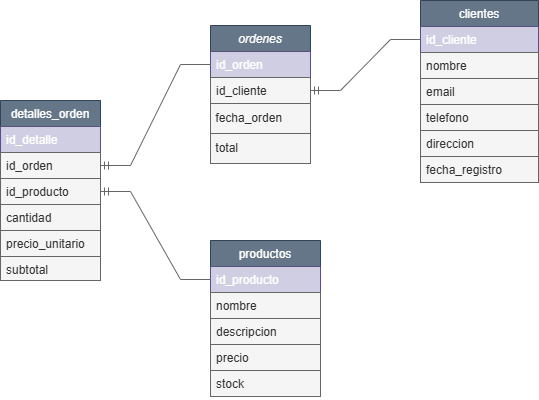
Before: notebooks/Diagrama-Entidad-Relacion.drawio.png, a diagram exported from draw.io (AndresJbG/gd-test-bigdata). Source tidied: cells renumbered, new cells last; positions are measured from the earlier drawing's top-left corner, leaving out a move shared by most shapes.
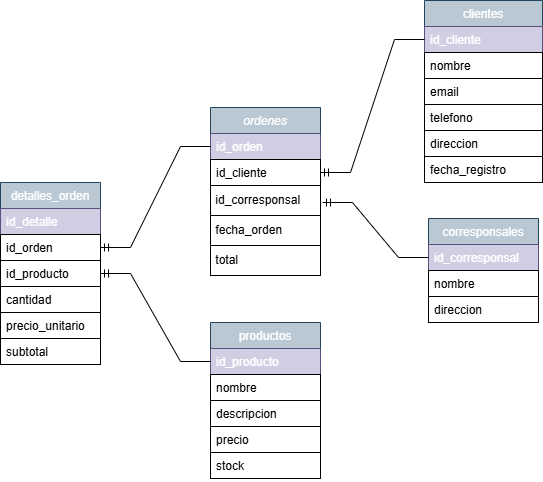
The same diagram one commit later.

Commit message:
Edicion del ejercicio 1 y el diagrama entidad relacion con los nuevos datos

Change to the diagram source:
```diff
@@ -2,89 +2,107 @@
   <root>
     <mxCell id="0" />
     <mxCell id="1" parent="0" />
-    <mxCell id="2" value="ordenes" style="swimlane;fontStyle=2;align=center;verticalAlign=top;horizontal=1;startSize=26;rounded=0;shadow=0;strokeWidth=1;strokeColor=#314354;fontColor=#ffffff;fillColor=#647687;" parent="1" vertex="1">
-      <mxGeometry x="210" y="25" width="100" height="138" as="geometry" />
+    <mxCell id="2" value="ordenes" style="swimlane;fontStyle=2;align=center;verticalAlign=top;horizontal=1;startSize=26;rounded=0;shadow=0;strokeWidth=1;strokeColor=#23445d;fillColor=#bac8d3;" parent="1" vertex="1">
+      <mxGeometry x="210" y="25" width="110" height="168" as="geometry" />
     </mxCell>
     <mxCell id="3" value="id_orden" style="text;align=left;verticalAlign=top;spacingLeft=4;spacingRight=4;overflow=hidden;points=[[0,0.5],[1,0.5]];portConstraint=eastwest;strokeColor=#56517e;fillColor=#d0cee2;" parent="2" vertex="1">
-      <mxGeometry y="26" width="100" height="26" as="geometry" />
+      <mxGeometry y="26" width="110" height="26" as="geometry" />
     </mxCell>
-    <mxCell id="4" value="id_cliente&#10;" style="text;align=left;verticalAlign=top;spacingLeft=4;spacingRight=4;overflow=hidden;points=[[0,0.5],[1,0.5]];portConstraint=eastwest;strokeColor=#666666;fontColor=#333333;fillColor=#f5f5f5;" parent="2" vertex="1">
-      <mxGeometry y="52" width="100" height="26" as="geometry" />
+    <mxCell id="4" value="id_cliente&#10;" style="text;align=left;verticalAlign=top;spacingLeft=4;spacingRight=4;overflow=hidden;points=[[0,0.5],[1,0.5]];portConstraint=eastwest;strokeColor=#000000;fontColor=#000000;" parent="2" vertex="1">
+      <mxGeometry y="52" width="110" height="26" as="geometry" />
     </mxCell>
-    <mxCell id="5" value="&amp;nbsp;fecha_orden" style="text;html=1;align=left;verticalAlign=middle;points=[];strokeColor=#666666;fontColor=#333333;fillColor=#f5f5f5;" parent="2" vertex="1">
-      <mxGeometry y="78" width="100" height="30" as="geometry" />
+    <mxCell id="5" value="&amp;nbsp;id_corresponsal" style="text;html=1;align=left;verticalAlign=middle;points=[];strokeColor=#000000;fillColor=none;fontColor=#000000;" parent="2" vertex="1">
+      <mxGeometry y="78" width="110" height="30" as="geometry" />
     </mxCell>
-    <mxCell id="6" value="&amp;nbsp;total" style="text;html=1;align=left;verticalAlign=middle;strokeColor=#666666;fontColor=#333333;fillColor=#f5f5f5;" parent="2" vertex="1">
-      <mxGeometry y="108" width="100" height="30" as="geometry" />
+    <mxCell id="6" value="&amp;nbsp;fecha_orden" style="text;html=1;align=left;verticalAlign=middle;strokeColor=#000000;fillColor=none;fontColor=#000000;" parent="2" vertex="1">
+      <mxGeometry y="108" width="110" height="30" as="geometry" />
     </mxCell>
+    <mxCell id="30" value="&amp;nbsp;total" style="text;html=1;align=left;verticalAlign=middle;strokeColor=#000000;fillColor=none;fontColor=#000000;" parent="2" vertex="1">
+      <mxGeometry y="138" width="110" height="30" as="geometry" />
+    </mxCell>
-    <mxCell id="7" value="detalles_orden" style="swimlane;fontStyle=0;align=center;verticalAlign=top;horizontal=1;startSize=26;rounded=0;shadow=0;strokeWidth=1;strokeColor=#314354;fontColor=#ffffff;fillColor=#647687;" parent="1" vertex="1">
-      <mxGeometry y="100" width="100" height="180" as="geometry" />
+    <mxCell id="7" value="detalles_orden" style="swimlane;fontStyle=0;align=center;verticalAlign=top;horizontal=1;startSize=26;rounded=0;shadow=0;strokeWidth=1;strokeColor=#23445d;fillColor=#bac8d3;" parent="1" vertex="1">
+      <mxGeometry y="100" width="100" height="182" as="geometry" />
     </mxCell>
-    <mxCell id="8" value="id_detalle" style="text;align=left;verticalAlign=top;spacingLeft=4;spacingRight=4;overflow=hidden;fillColor=#d0cee2;strokeColor=#56517e;fontColor=default;" parent="7" vertex="1">
+    <mxCell id="8" value="id_detalle" style="text;align=left;verticalAlign=top;spacingLeft=4;spacingRight=4;overflow=hidden;strokeColor=#56517e;fillColor=#d0cee2;" parent="7" vertex="1">
       <mxGeometry y="26" width="100" height="26" as="geometry" />
     </mxCell>
-    <mxCell id="9" value="id_orden" style="text;align=left;verticalAlign=top;spacingLeft=4;spacingRight=4;overflow=hidden;points=[[0,0.5],[1,0.5]];portConstraint=eastwest;strokeColor=#666666;fontColor=#333333;fillColor=#f5f5f5;" parent="7" vertex="1">
+    <mxCell id="9" value="id_orden" style="text;align=left;verticalAlign=top;spacingLeft=4;spacingRight=4;overflow=hidden;points=[[0,0.5],[1,0.5]];portConstraint=eastwest;strokeColor=#000000;fontColor=#000000;" parent="7" vertex="1">
       <mxGeometry y="52" width="100" height="26" as="geometry" />
     </mxCell>
-    <mxCell id="10" value="id_producto" style="text;align=left;verticalAlign=top;spacingLeft=4;spacingRight=4;overflow=hidden;points=[[0,0.5],[1,0.5]];portConstraint=eastwest;strokeColor=#666666;fontColor=#333333;fillColor=#f5f5f5;" parent="7" vertex="1">
+    <mxCell id="10" value="id_producto" style="text;align=left;verticalAlign=top;spacingLeft=4;spacingRight=4;overflow=hidden;points=[[0,0.5],[1,0.5]];portConstraint=eastwest;strokeColor=#000000;fontColor=#000000;" parent="7" vertex="1">
       <mxGeometry y="78" width="100" height="26" as="geometry" />
     </mxCell>
-    <mxCell id="11" value="cantidad" style="text;align=left;verticalAlign=top;spacingLeft=4;spacingRight=4;overflow=hidden;strokeColor=#666666;fontColor=#333333;fillColor=#f5f5f5;" parent="7" vertex="1">
+    <mxCell id="11" value="cantidad" style="text;align=left;verticalAlign=top;spacingLeft=4;spacingRight=4;overflow=hidden;strokeColor=#000000;fontColor=#000000;" parent="7" vertex="1">
       <mxGeometry y="104" width="100" height="26" as="geometry" />
     </mxCell>
-    <mxCell id="12" value="precio_unitario" style="text;align=left;verticalAlign=top;spacingLeft=4;spacingRight=4;overflow=hidden;strokeColor=#666666;fontColor=#333333;fillColor=#f5f5f5;" parent="7" vertex="1">
+    <mxCell id="12" value="precio_unitario" style="text;align=left;verticalAlign=top;spacingLeft=4;spacingRight=4;overflow=hidden;strokeColor=#000000;fontColor=#000000;" parent="7" vertex="1">
       <mxGeometry y="130" width="100" height="26" as="geometry" />
     </mxCell>
-    <mxCell id="13" value="subtotal" style="text;align=left;verticalAlign=top;spacingLeft=4;spacingRight=4;overflow=hidden;strokeColor=#666666;fontColor=#333333;fillColor=#f5f5f5;" parent="7" vertex="1">
-      <mxGeometry y="156" width="100" height="24" as="geometry" />
+    <mxCell id="13" value="subtotal" style="text;align=left;verticalAlign=top;spacingLeft=4;spacingRight=4;overflow=hidden;strokeColor=#000000;fontColor=#000000;" parent="7" vertex="1">
+      <mxGeometry y="156" width="100" height="26" as="geometry" />
     </mxCell>
-    <mxCell id="14" value="productos" style="swimlane;fontStyle=0;align=center;verticalAlign=top;horizontal=1;startSize=26;rounded=0;shadow=0;strokeWidth=1;strokeColor=#314354;fontColor=#ffffff;fillColor=#647687;" parent="1" vertex="1">
+    <mxCell id="14" value="productos" style="swimlane;fontStyle=0;align=center;verticalAlign=top;horizontal=1;startSize=26;rounded=0;shadow=0;strokeWidth=1;strokeColor=#23445d;fillColor=#bac8d3;" parent="1" vertex="1">
       <mxGeometry x="210" y="240" width="110" height="156" as="geometry" />
     </mxCell>
     <mxCell id="15" value="id_producto" style="text;align=left;verticalAlign=top;spacingLeft=4;spacingRight=4;overflow=hidden;points=[[0,0.5],[1,0.5]];portConstraint=eastwest;strokeColor=#56517e;fillColor=#d0cee2;" parent="14" vertex="1">
       <mxGeometry y="26" width="110" height="26" as="geometry" />
     </mxCell>
-    <mxCell id="16" value="nombre" style="text;align=left;verticalAlign=top;spacingLeft=4;spacingRight=4;overflow=hidden;strokeColor=#666666;fontColor=#333333;fillColor=#f5f5f5;" parent="14" vertex="1">
+    <mxCell id="16" value="nombre" style="text;align=left;verticalAlign=top;spacingLeft=4;spacingRight=4;overflow=hidden;strokeColor=#000000;fontColor=#000000;" parent="14" vertex="1">
       <mxGeometry y="52" width="110" height="26" as="geometry" />
     </mxCell>
-    <mxCell id="17" value="descripcion" style="text;align=left;verticalAlign=top;spacingLeft=4;spacingRight=4;overflow=hidden;strokeColor=#666666;fontColor=#333333;fillColor=#f5f5f5;" parent="14" vertex="1">
+    <mxCell id="17" value="descripcion" style="text;align=left;verticalAlign=top;spacingLeft=4;spacingRight=4;overflow=hidden;strokeColor=#000000;fontColor=#000000;" parent="14" vertex="1">
       <mxGeometry y="78" width="110" height="26" as="geometry" />
     </mxCell>
-    <mxCell id="18" value="precio" style="text;align=left;verticalAlign=top;spacingLeft=4;spacingRight=4;overflow=hidden;strokeColor=#666666;fontColor=#333333;fillColor=#f5f5f5;" parent="14" vertex="1">
+    <mxCell id="18" value="precio" style="text;align=left;verticalAlign=top;spacingLeft=4;spacingRight=4;overflow=hidden;strokeColor=#000000;fontColor=#000000;" parent="14" vertex="1">
       <mxGeometry y="104" width="110" height="26" as="geometry" />
     </mxCell>
-    <mxCell id="19" value="stock" style="text;align=left;verticalAlign=top;spacingLeft=4;spacingRight=4;overflow=hidden;strokeColor=#666666;fontColor=#333333;fillColor=#f5f5f5;" parent="14" vertex="1">
+    <mxCell id="19" value="stock" style="text;align=left;verticalAlign=top;spacingLeft=4;spacingRight=4;overflow=hidden;strokeColor=#000000;fontColor=#000000;" parent="14" vertex="1">
       <mxGeometry y="130" width="110" height="26" as="geometry" />
     </mxCell>
-    <mxCell id="20" value="clientes" style="swimlane;fontStyle=0;align=center;verticalAlign=top;horizontal=1;startSize=26;rounded=0;shadow=0;strokeWidth=1;strokeColor=#314354;fontColor=#ffffff;fillColor=#647687;" parent="1" vertex="1">
-      <mxGeometry x="420" width="118" height="182" as="geometry" />
+    <mxCell id="20" value="clientes" style="swimlane;fontStyle=0;align=center;verticalAlign=top;horizontal=1;startSize=26;rounded=0;shadow=0;strokeWidth=1;strokeColor=#23445d;fillColor=#bac8d3;" parent="1" vertex="1">
+      <mxGeometry x="424" y="-82" width="118" height="182" as="geometry" />
     </mxCell>
     <mxCell id="21" value="id_cliente" style="text;align=left;verticalAlign=top;spacingLeft=4;spacingRight=4;overflow=hidden;points=[[0,0.5],[1,0.5]];portConstraint=eastwest;strokeColor=#56517e;fillColor=#d0cee2;" parent="20" vertex="1">
       <mxGeometry y="26" width="118" height="26" as="geometry" />
     </mxCell>
-    <mxCell id="22" value="nombre" style="text;align=left;verticalAlign=top;spacingLeft=4;spacingRight=4;overflow=hidden;strokeColor=#666666;fontColor=#333333;fillColor=#f5f5f5;" parent="20" vertex="1">
+    <mxCell id="22" value="nombre" style="text;align=left;verticalAlign=top;spacingLeft=4;spacingRight=4;overflow=hidden;strokeColor=#000000;fontColor=#000000;" parent="20" vertex="1">
       <mxGeometry y="52" width="118" height="26" as="geometry" />
     </mxCell>
-    <mxCell id="23" value="email" style="text;align=left;verticalAlign=top;spacingLeft=4;spacingRight=4;overflow=hidden;strokeColor=#666666;fontColor=#333333;fillColor=#f5f5f5;" parent="20" vertex="1">
+    <mxCell id="23" value="email" style="text;align=left;verticalAlign=top;spacingLeft=4;spacingRight=4;overflow=hidden;strokeColor=#000000;fontColor=#000000;" parent="20" vertex="1">
       <mxGeometry y="78" width="118" height="26" as="geometry" />
     </mxCell>
-    <mxCell id="24" value="telefono" style="text;align=left;verticalAlign=top;spacingLeft=4;spacingRight=4;overflow=hidden;strokeColor=#666666;fontColor=#333333;fillColor=#f5f5f5;" parent="20" vertex="1">
+    <mxCell id="24" value="telefono" style="text;align=left;verticalAlign=top;spacingLeft=4;spacingRight=4;overflow=hidden;strokeColor=#000000;fontColor=#000000;" parent="20" vertex="1">
       <mxGeometry y="104" width="118" height="26" as="geometry" />
     </mxCell>
-    <mxCell id="25" value="direccion" style="text;align=left;verticalAlign=top;spacingLeft=4;spacingRight=4;overflow=hidden;strokeColor=#666666;fontColor=#333333;fillColor=#f5f5f5;" parent="20" vertex="1">
+    <mxCell id="25" value="direccion" style="text;align=left;verticalAlign=top;spacingLeft=4;spacingRight=4;overflow=hidden;strokeColor=#000000;fontColor=#000000;" parent="20" vertex="1">
       <mxGeometry y="130" width="118" height="26" as="geometry" />
     </mxCell>
-    <mxCell id="26" value="fecha_registro" style="text;align=left;verticalAlign=top;spacingLeft=4;spacingRight=4;overflow=hidden;strokeColor=#666666;fontColor=#333333;fillColor=#f5f5f5;" parent="20" vertex="1">
+    <mxCell id="26" value="fecha_registro" style="text;align=left;verticalAlign=top;spacingLeft=4;spacingRight=4;overflow=hidden;strokeColor=#000000;fontColor=#000000;" parent="20" vertex="1">
       <mxGeometry y="156" width="118" height="26" as="geometry" />
     </mxCell>
-    <mxCell id="27" style="edgeStyle=entityRelationEdgeStyle;fontSize=12;html=1;endArrow=ERmandOne;rounded=0;exitX=0;exitY=0.5;exitDx=0;exitDy=0;entryX=1;entryY=0.5;entryDx=0;entryDy=0;strokeColor=#666666;fontColor=#000000;fillColor=#f5f5f5;" parent="1" edge="1" source="21" target="4">
+    <mxCell id="27" style="edgeStyle=entityRelationEdgeStyle;fontSize=12;html=1;endArrow=ERmandOne;rounded=0;exitX=0;exitY=0.5;exitDx=0;exitDy=0;entryX=1;entryY=0.5;entryDx=0;entryDy=0;strokeColor=#000000;fontColor=#000000;" parent="1" edge="1" source="21" target="4">
       <mxGeometry relative="1" as="geometry" />
     </mxCell>
-    <mxCell id="28" style="edgeStyle=entityRelationEdgeStyle;fontSize=12;html=1;endArrow=ERmandOne;rounded=0;entryX=1;entryY=0.5;entryDx=0;entryDy=0;exitX=0;exitY=0.5;exitDx=0;exitDy=0;strokeColor=#666666;fontColor=#000000;fillColor=#f5f5f5;" parent="1" edge="1" source="3" target="9">
+    <mxCell id="28" style="edgeStyle=entityRelationEdgeStyle;fontSize=12;html=1;endArrow=ERmandOne;rounded=0;entryX=1;entryY=0.5;entryDx=0;entryDy=0;exitX=0;exitY=0.5;exitDx=0;exitDy=0;strokeColor=#000000;fontColor=#000000;" parent="1" edge="1" source="3" target="9">
       <mxGeometry relative="1" as="geometry" />
     </mxCell>
-    <mxCell id="29" style="edgeStyle=entityRelationEdgeStyle;fontSize=12;html=1;endArrow=ERmandOne;rounded=0;entryX=1;entryY=0.5;entryDx=0;entryDy=0;exitX=0;exitY=0.5;exitDx=0;exitDy=0;strokeColor=#666666;fontColor=#000000;fillColor=#f5f5f5;" parent="1" edge="1" source="15" target="10">
+    <mxCell id="29" style="edgeStyle=entityRelationEdgeStyle;fontSize=12;html=1;endArrow=ERmandOne;rounded=0;entryX=1;entryY=0.5;entryDx=0;entryDy=0;exitX=0;exitY=0.5;exitDx=0;exitDy=0;strokeColor=#000000;fontColor=#000000;" parent="1" edge="1" source="15" target="10">
       <mxGeometry relative="1" as="geometry" />
     </mxCell>
+    <mxCell id="31" value="corresponsales" style="swimlane;fontStyle=0;align=center;verticalAlign=top;horizontal=1;startSize=26;rounded=0;shadow=0;strokeWidth=1;strokeColor=#23445d;fillColor=#bac8d3;" parent="1" vertex="1">
+      <mxGeometry x="428" y="136" width="110" height="104" as="geometry" />
+    </mxCell>
+    <mxCell id="32" value="id_corresponsal" style="text;align=left;verticalAlign=top;spacingLeft=4;spacingRight=4;overflow=hidden;points=[[0,0.5],[1,0.5]];portConstraint=eastwest;strokeColor=#56517e;fillColor=#d0cee2;" parent="31" vertex="1">
+      <mxGeometry y="26" width="110" height="26" as="geometry" />
+    </mxCell>
+    <mxCell id="33" value="nombre" style="text;align=left;verticalAlign=top;spacingLeft=4;spacingRight=4;overflow=hidden;strokeColor=#000000;fontColor=#000000;" parent="31" vertex="1">
+      <mxGeometry y="52" width="110" height="26" as="geometry" />
+    </mxCell>
+    <mxCell id="34" value="direccion" style="text;align=left;verticalAlign=top;spacingLeft=4;spacingRight=4;overflow=hidden;strokeColor=#000000;fontColor=#000000;" parent="31" vertex="1">
+      <mxGeometry y="78" width="110" height="26" as="geometry" />
+    </mxCell>
+    <mxCell id="35" style="edgeStyle=entityRelationEdgeStyle;fontSize=12;html=1;endArrow=ERmandOne;rounded=0;strokeColor=#000000;entryX=1.018;entryY=0.567;entryDx=0;entryDy=0;entryPerimeter=0;exitX=0;exitY=0.5;exitDx=0;exitDy=0;" parent="1" edge="1" source="32" target="5">
+      <mxGeometry relative="1" as="geometry" />
+    </mxCell>
   </root>
 </mxGraphModel>
```
